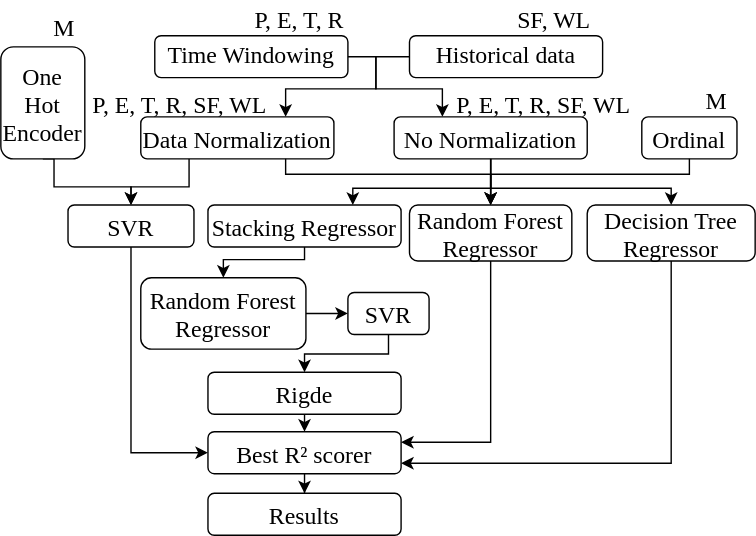
Earlier version of the draw.io export paper/Diagrams/gridsearch.drawio.svg (brunotvs/po233_project). Source tidied: cells renumbered, new cells last; positions are measured from the earlier drawing's top-left corner, leaving out a move shared by most shapes.
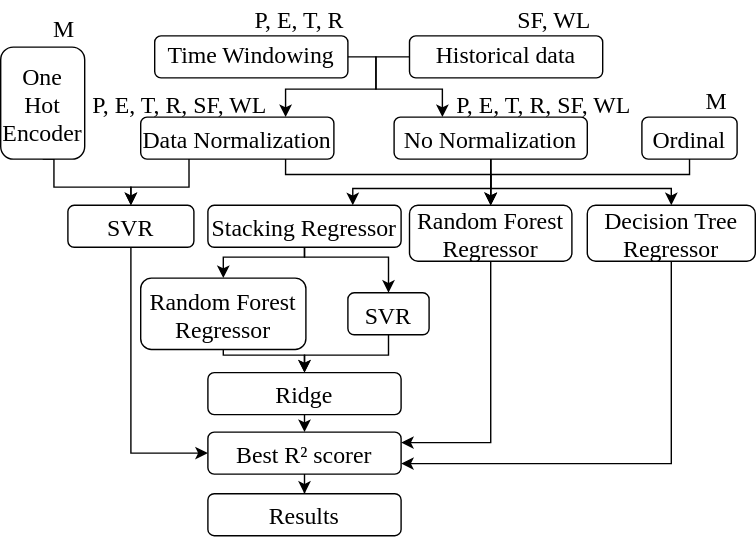
After the change.

Change to the diagram source:
```diff
@@ -59,11 +59,19 @@
       <mxGeometry relative="1" as="geometry">
         <mxPoint x="217" y="162" as="sourcePoint" />
         <Array as="points">
-          <mxPoint x="217" y="185" />
-          <mxPoint x="159" y="185" />
+          <mxPoint x="217" y="183" />
+          <mxPoint x="159" y="183" />
         </Array>
       </mxGeometry>
     </mxCell>
+    <mxCell id="40" style="edgeStyle=orthogonalEdgeStyle;rounded=0;jettySize=auto;html=1;exitX=0.5;exitY=1;exitDx=0;exitDy=0;entryX=0.5;entryY=0;entryDx=0;entryDy=0;" parent="1" edge="1" source="13" target="21">
+      <mxGeometry relative="1" as="geometry">
+        <Array as="points">
+          <mxPoint x="217" y="183" />
+          <mxPoint x="277" y="183" />
+        </Array>
+      </mxGeometry>
+    </mxCell>
     <mxCell id="13" value="Stacking Regressor" style="rounded=1;fontFamily=Times New Roman;fontSize=17;" parent="1" vertex="1">
       <mxGeometry x="148" y="146" width="138" height="30" as="geometry" />
     </mxCell>
@@ -79,9 +87,14 @@
     <mxCell id="17" value="Decision Tree&#10;Regressor" style="rounded=1;fontFamily=Times New Roman;fontSize=17;" parent="1" vertex="1">
       <mxGeometry x="419" y="146" width="120" height="40" as="geometry" />
     </mxCell>
-    <mxCell id="18" style="edgeStyle=orthogonalEdgeStyle;rounded=0;jettySize=auto;html=1;exitX=1;exitY=0.5;exitDx=0;exitDy=0;entryX=0;entryY=0.5;entryDx=0;entryDy=0;fontFamily=Times New Roman;fontSize=17;endArrow=classic;endFill=1;" parent="1" edge="1" source="19" target="21">
-      <mxGeometry relative="1" as="geometry" />
-    </mxCell>
+    <mxCell id="41" style="edgeStyle=orthogonalEdgeStyle;rounded=0;jettySize=auto;html=1;exitX=0.5;exitY=1;exitDx=0;exitDy=0;entryX=0.5;entryY=0;entryDx=0;entryDy=0;" parent="1" edge="1" source="19" target="23">
+      <mxGeometry relative="1" as="geometry">
+        <Array as="points">
+          <mxPoint x="159" y="253" />
+          <mxPoint x="217" y="253" />
+        </Array>
+      </mxGeometry>
+    </mxCell>
     <mxCell id="19" value="Random Forest&#10;Regressor" style="rounded=1;fontFamily=Times New Roman;fontSize=17;" parent="1" vertex="1">
       <mxGeometry x="100" y="198" width="118" height="51" as="geometry" />
     </mxCell>
@@ -89,8 +102,8 @@
       <mxGeometry relative="1" as="geometry">
         <mxPoint x="277" y="218" as="sourcePoint" />
         <Array as="points">
-          <mxPoint x="277" y="252.5" />
-          <mxPoint x="217" y="252.5" />
+          <mxPoint x="277" y="253" />
+          <mxPoint x="217" y="253" />
         </Array>
       </mxGeometry>
     </mxCell>
@@ -100,7 +113,7 @@
     <mxCell id="22" style="edgeStyle=orthogonalEdgeStyle;rounded=0;jettySize=auto;html=1;exitX=0.5;exitY=1;exitDx=0;exitDy=0;entryX=0.5;entryY=0;entryDx=0;entryDy=0;endArrow=classic;endFill=1;fontFamily=Times New Roman;fontSize=17;" parent="1" edge="1" source="23" target="25">
       <mxGeometry relative="1" as="geometry" />
     </mxCell>
-    <mxCell id="23" value="Rigde" style="rounded=1;fontFamily=Times New Roman;fontSize=17;" parent="1" vertex="1">
+    <mxCell id="23" value="Ridge" style="rounded=1;fontFamily=Times New Roman;fontSize=17;" parent="1" vertex="1">
       <mxGeometry x="148" y="265.5" width="138" height="30" as="geometry" />
     </mxCell>
     <mxCell id="24" style="edgeStyle=orthogonalEdgeStyle;rounded=0;jettySize=auto;html=1;exitX=0.5;exitY=1;exitDx=0;exitDy=0;fontFamily=Times New Roman;fontSize=17;endArrow=classic;endFill=1;" parent="1" edge="1" source="25" target="26">
```
